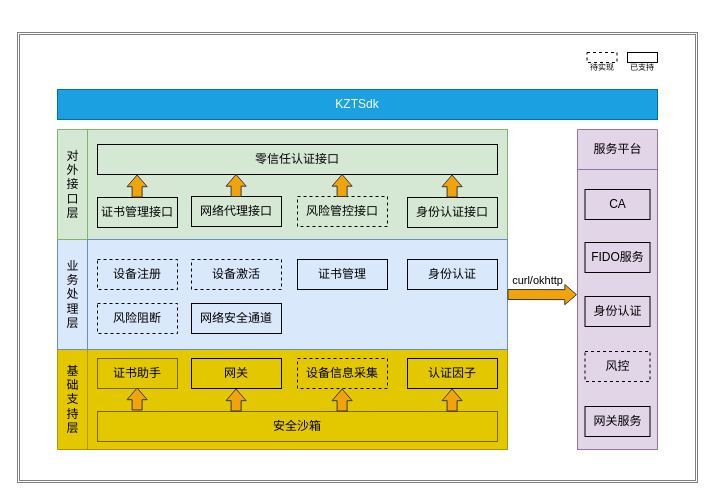
This is 统一身份认证架构视图.drawio from mobof/Koal, a draw.io file, before an edit. Source tidied: cells renumbered, new cells numbered last; positions are measured from the earlier drawing's top-left corner, leaving out a move shared by most shapes. Both pictures are drawn from the tidied source at 100%, with x=0, y=0 at pixel (17, 32).
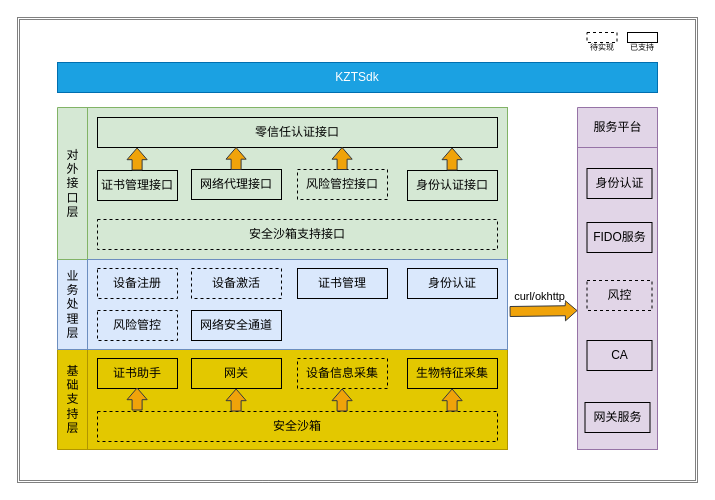
The same page after the edit.

Commit message:
Update 统一身份认证架构视图.drawio

The edit, as a diff of the source:
```diff
@@
     <mxCell id="2" style="shape=ext;double=1;rounded=0;whiteSpace=wrap;html=1;dashed=1;dashPattern=1 1;fontSize=12;strokeColor=#000000;fillColor=none;" parent="1" vertex="1">
-      <mxGeometry width="680" height="450" as="geometry" />
+      <mxGeometry y="-15" width="680" height="465" as="geometry" />
     </mxCell>
@@
     <mxCell id="4" value="业&lt;br&gt;务&lt;br&gt;处&lt;br&gt;理&lt;br&gt;层" style="verticalLabelPosition=middle;verticalAlign=middle;html=1;shape=mxgraph.basic.rect;fillColor2=none;strokeWidth=1;size=20;indent=5;labelPosition=center;align=center;horizontal=1;fontSize=12;fillColor=#dae8fc;strokeColor=#6c8ebf;" parent="1" vertex="1">
-      <mxGeometry x="40" y="207" width="30" height="110" as="geometry" />
+      <mxGeometry x="40" y="227" width="30" height="90" as="geometry" />
     </mxCell>
     <mxCell id="5" value="对&lt;br&gt;外&lt;br&gt;接&lt;br&gt;口&lt;br&gt;层" style="verticalLabelPosition=middle;verticalAlign=middle;html=1;shape=mxgraph.basic.rect;fillColor2=none;strokeWidth=1;size=20;indent=5;labelPosition=center;align=center;horizontal=1;fontSize=12;fillColor=#d5e8d4;strokeColor=#82b366;" parent="1" vertex="1">
-      <mxGeometry x="40" y="97" width="30" height="110" as="geometry" />
+      <mxGeometry x="40" y="75" width="30" height="152" as="geometry" />
     </mxCell>
@@
     <mxCell id="7" value="服务平台" style="verticalLabelPosition=middle;verticalAlign=middle;html=1;shape=mxgraph.basic.rect;fillColor2=none;strokeWidth=1;size=20;indent=5;labelPosition=center;align=center;horizontal=1;fontSize=12;fillColor=#e1d5e7;strokeColor=#9673a6;" parent="1" vertex="1">
-      <mxGeometry x="560" y="97" width="80" height="40" as="geometry" />
+      <mxGeometry x="560" y="75" width="80" height="40" as="geometry" />
     </mxCell>
     <mxCell id="8" style="rounded=0;whiteSpace=wrap;html=1;fontSize=12;fillColor=#e1d5e7;strokeColor=#9673a6;" parent="1" vertex="1">
-      <mxGeometry x="560" y="137" width="80" height="280" as="geometry" />
+      <mxGeometry x="560" y="115" width="80" height="302" as="geometry" />
     </mxCell>
     <mxCell id="9" value="CA" style="rounded=0;whiteSpace=wrap;html=1;fontSize=12;fillColor=none;" parent="1" vertex="1">
-      <mxGeometry x="567.5" y="157" width="65" height="30" as="geometry" />
+      <mxGeometry x="569.5" y="308" width="65" height="30" as="geometry" />
     </mxCell>
     <mxCell id="10" value="风控" style="rounded=0;whiteSpace=wrap;html=1;fontSize=12;fillColor=none;dashed=1;" parent="1" vertex="1">
-      <mxGeometry x="567.5" y="319" width="65" height="30" as="geometry" />
+      <mxGeometry x="569.5" y="248" width="65" height="30" as="geometry" />
     </mxCell>
     <mxCell id="11" style="rounded=0;whiteSpace=wrap;html=1;fontSize=12;fillColor=#d5e8d4;strokeColor=#82b366;" parent="1" vertex="1">
-      <mxGeometry x="70" y="97" width="420" height="110" as="geometry" />
+      <mxGeometry x="70" y="75" width="420" height="152" as="geometry" />
     </mxCell>
     <mxCell id="12" style="rounded=0;whiteSpace=wrap;html=1;fontSize=12;fillColor=#dae8fc;strokeColor=#6c8ebf;" parent="1" vertex="1">
-      <mxGeometry x="70" y="207" width="420" height="110" as="geometry" />
+      <mxGeometry x="70" y="227" width="420" height="90" as="geometry" />
     </mxCell>
     <mxCell id="13" value="零信任认证接口" style="rounded=0;whiteSpace=wrap;html=1;fontSize=12;fillColor=none;" parent="1" vertex="1">
-      <mxGeometry x="80" y="112" width="400" height="30" as="geometry" />
+      <mxGeometry x="80" y="85" width="400" height="30" as="geometry" />
     </mxCell>
     <mxCell id="14" value="证书管理接口" style="rounded=0;whiteSpace=wrap;html=1;fontSize=12;fillColor=none;" parent="1" vertex="1">
-      <mxGeometry x="80" y="165" width="80" height="30" as="geometry" />
+      <mxGeometry x="80" y="138" width="80" height="30" as="geometry" />
     </mxCell>
     <mxCell id="15" value="网络代理接口" style="rounded=0;whiteSpace=wrap;html=1;fontSize=12;fillColor=none;" parent="1" vertex="1">
-      <mxGeometry x="174" y="164" width="90" height="30" as="geometry" />
+      <mxGeometry x="174" y="137" width="90" height="30" as="geometry" />
     </mxCell>
     <mxCell id="16" value="风险管控接口" style="rounded=0;whiteSpace=wrap;html=1;fontSize=12;fillColor=none;dashed=1;" parent="1" vertex="1">
-      <mxGeometry x="280" y="164" width="90" height="30" as="geometry" />
+      <mxGeometry x="280" y="137" width="90" height="30" as="geometry" />
     </mxCell>
     <mxCell id="17" value="FIDO服务" style="rounded=0;whiteSpace=wrap;html=1;fontSize=12;fillColor=none;" parent="1" vertex="1">
-      <mxGeometry x="567.5" y="210" width="65" height="30" as="geometry" />
+      <mxGeometry x="569.5" y="190" width="65" height="30" as="geometry" />
     </mxCell>
@@
     <mxCell id="19" value="KZTSdk" style="rounded=0;whiteSpace=wrap;html=1;fontSize=12;fillColor=#1ba1e2;strokeColor=#006EAF;fontColor=#ffffff;" parent="1" vertex="1">
-      <mxGeometry x="40" y="57" width="600" height="30" as="geometry" />
+      <mxGeometry x="40" y="30" width="600" height="30" as="geometry" />
     </mxCell>
     <mxCell id="20" value="身份认证" style="rounded=0;whiteSpace=wrap;html=1;fontSize=12;fillColor=none;" parent="1" vertex="1">
-      <mxGeometry x="567.5" y="264" width="65" height="30" as="geometry" />
+      <mxGeometry x="569.5" y="136" width="65" height="30" as="geometry" />
     </mxCell>
     <mxCell id="21" value="设备注册" style="rounded=0;whiteSpace=wrap;html=1;fontSize=12;fillColor=none;dashed=1;" parent="1" vertex="1">
-      <mxGeometry x="80" y="227" width="80" height="30" as="geometry" />
+      <mxGeometry x="80" y="236" width="80" height="30" as="geometry" />
     </mxCell>
     <mxCell id="22" value="设备激活" style="rounded=0;whiteSpace=wrap;html=1;fontSize=12;fillColor=none;dashed=1;" parent="1" vertex="1">
-      <mxGeometry x="174" y="227" width="90" height="30" as="geometry" />
+      <mxGeometry x="174" y="236" width="90" height="30" as="geometry" />
     </mxCell>
-    <mxCell id="23" value="风险阻断" style="rounded=0;whiteSpace=wrap;html=1;fontSize=12;fillColor=none;dashed=1;" parent="1" vertex="1">
-      <mxGeometry x="80" y="271" width="80" height="30" as="geometry" />
+    <mxCell id="23" value="风险管控" style="rounded=0;whiteSpace=wrap;html=1;fontSize=12;fillColor=none;dashed=1;" parent="1" vertex="1">
+      <mxGeometry x="80" y="278" width="80" height="30" as="geometry" />
     </mxCell>
     <mxCell id="24" value="网络安全通道" style="rounded=0;whiteSpace=wrap;html=1;fontSize=12;fillColor=none;" parent="1" vertex="1">
-      <mxGeometry x="174" y="271" width="90" height="30" as="geometry" />
+      <mxGeometry x="174" y="278" width="90" height="30" as="geometry" />
     </mxCell>
     <mxCell id="25" value="网关服务" style="rounded=0;whiteSpace=wrap;html=1;fontSize=12;fillColor=none;" parent="1" vertex="1">
-      <mxGeometry x="567.5" y="374" width="65" height="30" as="geometry" />
+      <mxGeometry x="567.5" y="370" width="65" height="30" as="geometry" />
     </mxCell>
@@
     <mxCell id="27" value="身份认证接口" style="rounded=0;whiteSpace=wrap;html=1;fontSize=12;fillColor=none;" parent="1" vertex="1">
-      <mxGeometry x="390" y="165" width="90" height="30" as="geometry" />
+      <mxGeometry x="390" y="138" width="90" height="30" as="geometry" />
     </mxCell>
     <mxCell id="28" value="证书管理" style="rounded=0;whiteSpace=wrap;html=1;fontSize=12;fillColor=none;" parent="1" vertex="1">
-      <mxGeometry x="280" y="227" width="90" height="30" as="geometry" />
+      <mxGeometry x="280" y="236" width="90" height="30" as="geometry" />
     </mxCell>
     <mxCell id="29" value="身份认证" style="rounded=0;whiteSpace=wrap;html=1;fontSize=12;fillColor=none;" parent="1" vertex="1">
-      <mxGeometry x="390" y="227" width="90" height="30" as="geometry" />
+      <mxGeometry x="390" y="236" width="90" height="30" as="geometry" />
     </mxCell>
-    <mxCell id="30" value="证书助手" style="rounded=0;whiteSpace=wrap;html=1;fontSize=12;fillColor=none;dashed=1;dashPattern=1 1;" parent="1" vertex="1">
+    <mxCell id="30" value="证书助手" style="rounded=0;whiteSpace=wrap;html=1;fontSize=12;fillColor=none;" parent="1" vertex="1">
       <mxGeometry x="80" y="326" width="80" height="30" as="geometry" />
     </mxCell>
-    <mxCell id="31" value="认证因子" style="rounded=0;whiteSpace=wrap;html=1;fontSize=12;fillColor=none;" parent="1" vertex="1">
+    <mxCell id="31" value="生物特征采集" style="rounded=0;whiteSpace=wrap;html=1;fontSize=12;fillColor=none;" parent="1" vertex="1">
       <mxGeometry x="390" y="326" width="90" height="30" as="geometry" />
     </mxCell>
-    <mxCell id="32" value="安全沙箱" style="rounded=0;whiteSpace=wrap;html=1;fontSize=12;fillColor=none;dashed=1;dashPattern=1 1;" parent="1" vertex="1">
+    <mxCell id="32" value="安全沙箱" style="rounded=0;whiteSpace=wrap;html=1;fontSize=12;fillColor=none;dashed=1;" parent="1" vertex="1">
       <mxGeometry x="80" y="379" width="400" height="30" as="geometry" />
     </mxCell>
@@
-    <mxCell id="37" style="shape=flexArrow;endArrow=classic;html=1;endWidth=9.166666666666668;endSize=3.558333333333333;strokeColor=#36393d;fillColor=#F0A30A;entryX=-0.006;entryY=0.447;entryDx=0;entryDy=0;entryPerimeter=0;exitX=1;exitY=0.5;exitDx=0;exitDy=0;" parent="1" edge="1" source="12" target="8">
+    <mxCell id="37" style="shape=flexArrow;endArrow=classic;html=1;endWidth=9.166666666666668;endSize=3.558333333333333;strokeColor=#36393d;fillColor=#F0A30A;exitX=1.005;exitY=0.578;exitDx=0;exitDy=0;entryX=0;entryY=0.54;entryDx=0;entryDy=0;entryPerimeter=0;exitPerimeter=0;" parent="1" edge="1" source="12" target="8">
       <mxGeometry relative="1" as="geometry" />
     </mxCell>
@@
     <mxCell id="39" style="shape=flexArrow;endArrow=classic;html=1;endWidth=9.166666666666668;endSize=3.558333333333333;strokeColor=#36393d;fillColor=#F0A30A;" parent="1" edge="1">
       <mxGeometry relative="1" as="geometry">
-        <mxPoint x="434.6" y="165" as="sourcePoint" />
-        <mxPoint x="434.6" y="142" as="targetPoint" />
+        <mxPoint x="434.6" y="138" as="sourcePoint" />
+        <mxPoint x="434.6" y="115" as="targetPoint" />
       </mxGeometry>
     </mxCell>
     <mxCell id="40" style="shape=flexArrow;endArrow=classic;html=1;endWidth=9.166666666666668;endSize=3.558333333333333;strokeColor=#36393d;fillColor=#F0A30A;" parent="1" edge="1">
       <mxGeometry relative="1" as="geometry">
-        <mxPoint x="324.6" y="164.5" as="sourcePoint" />
-        <mxPoint x="324.6" y="141.5" as="targetPoint" />
+        <mxPoint x="324.6" y="137.5" as="sourcePoint" />
+        <mxPoint x="324.6" y="114.5" as="targetPoint" />
       </mxGeometry>
     </mxCell>
     <mxCell id="41" style="shape=flexArrow;endArrow=classic;html=1;endWidth=9.166666666666668;endSize=3.558333333333333;strokeColor=#36393d;fillColor=#F0A30A;" parent="1" edge="1">
       <mxGeometry relative="1" as="geometry">
-        <mxPoint x="218.6" y="164.5" as="sourcePoint" />
-        <mxPoint x="218.6" y="141.5" as="targetPoint" />
+        <mxPoint x="218.6" y="137.5" as="sourcePoint" />
+        <mxPoint x="218.6" y="114.5" as="targetPoint" />
       </mxGeometry>
     </mxCell>
     <mxCell id="42" style="shape=flexArrow;endArrow=classic;html=1;endWidth=9.166666666666668;endSize=3.558333333333333;strokeColor=#36393d;fillColor=#F0A30A;" parent="1" edge="1">
       <mxGeometry relative="1" as="geometry">
-        <mxPoint x="119.6" y="165" as="sourcePoint" />
-        <mxPoint x="119.6" y="142" as="targetPoint" />
+        <mxPoint x="119.6" y="138" as="sourcePoint" />
+        <mxPoint x="119.6" y="115" as="targetPoint" />
       </mxGeometry>
     </mxCell>
     <mxCell id="43" value="&lt;font style=&quot;font-size: 8px&quot;&gt;待实现&lt;/font&gt;" style="rounded=0;whiteSpace=wrap;html=1;fontSize=12;fillColor=none;dashed=1;verticalAlign=top;" parent="1" vertex="1">
-      <mxGeometry x="569.5" y="20" width="30" height="10" as="geometry" />
+      <mxGeometry x="569.5" width="30" height="10" as="geometry" />
     </mxCell>
     <mxCell id="44" value="&lt;span style=&quot;font-size: 8px&quot;&gt;已支持&lt;/span&gt;" style="rounded=0;whiteSpace=wrap;html=1;fontSize=12;fillColor=none;verticalAlign=top;" parent="1" vertex="1">
-      <mxGeometry x="610" y="20" width="30" height="10" as="geometry" />
+      <mxGeometry x="610" width="30" height="10" as="geometry" />
     </mxCell>
+    <mxCell id="45" value="安全沙箱支持接口" style="rounded=0;whiteSpace=wrap;html=1;fontSize=12;fillColor=none;dashed=1;" parent="1" vertex="1">
+      <mxGeometry x="80" y="187" width="400" height="30" as="geometry" />
+    </mxCell>
```
